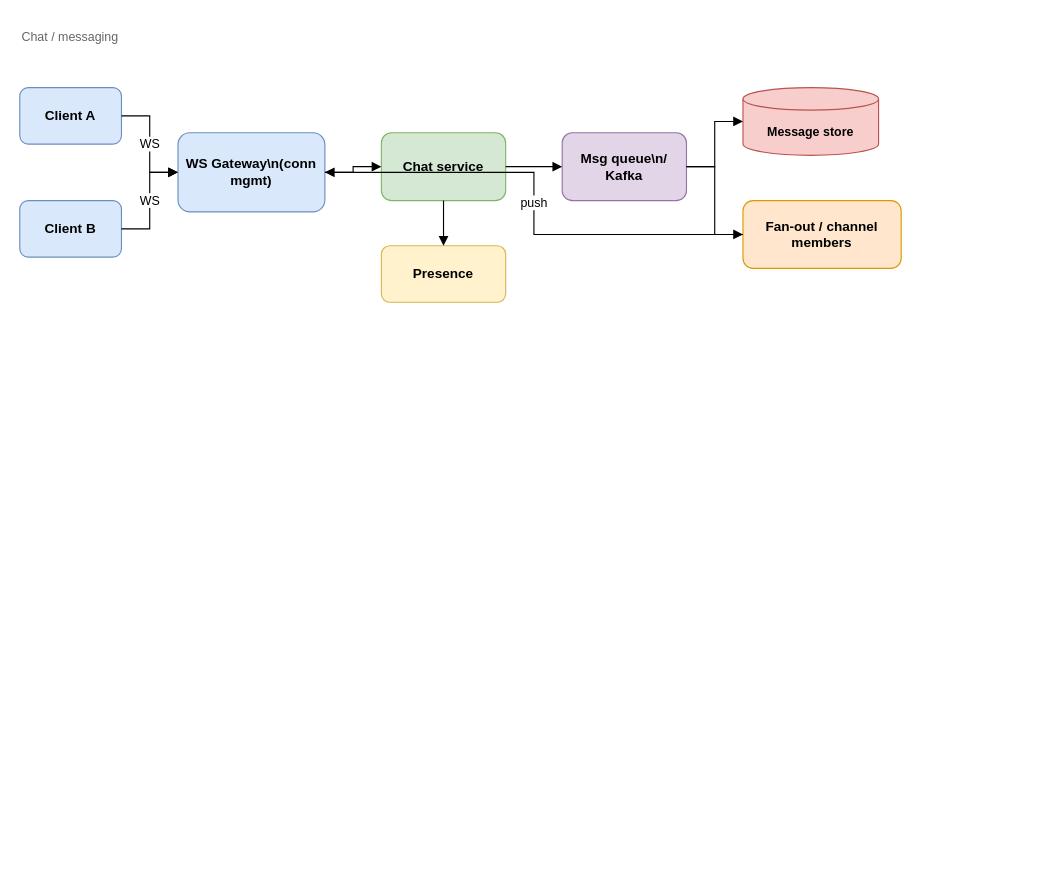
Above: diagrams/chat-messaging.drawio in yazeedsawalha/system-design (draw.io), before the change. Source tidied: cells renumbered, new cells numbered last; positions are measured from the earlier drawing's top-left corner, leaving out a move shared by most shapes. Both pictures are drawn from the tidied source at 113%, with x=0, y=0 at pixel (19, 19).
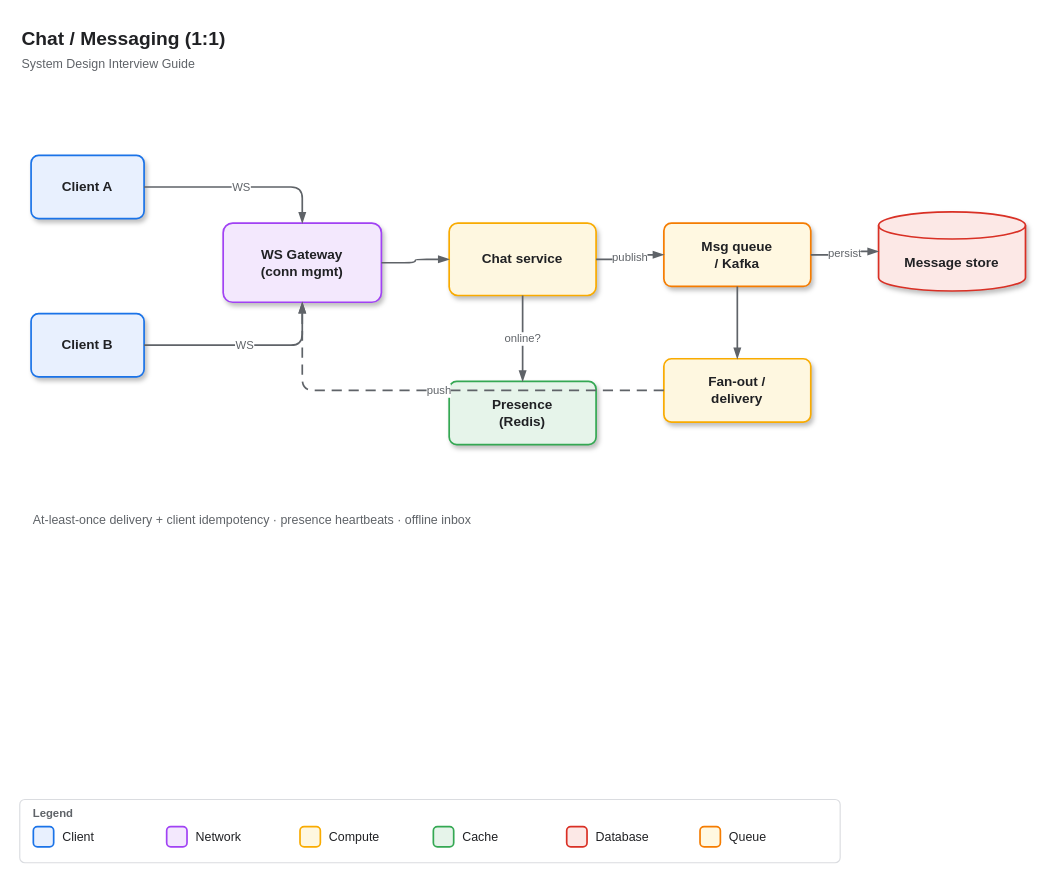
The same diagram, later.

Change to the diagram source:
```diff
@@
-<mxGraphModel>
+<mxGraphModel background="#ffffff">
@@
-    <mxCell id="2" value="Chat / messaging" style="text;html=1;strokeColor=none;fillColor=none;align=left;verticalAlign=middle;whiteSpace=wrap;rounded=0;fontSize=11;fontColor=#666666;" parent="1" vertex="1">
-      <mxGeometry width="200" height="30" as="geometry" />
-    </mxCell>
+    <mxCell id="19" value="Chat / Messaging (1:1)" style="text;html=1;strokeColor=none;fillColor=none;align=left;verticalAlign=middle;whiteSpace=wrap;rounded=0;fontSize=17;fontStyle=1;fontFamily=Helvetica;fontColor=#202124;" parent="1" vertex="1">
+      <mxGeometry y="4" width="700" height="28" as="geometry" />
+    </mxCell>
+    <mxCell id="20" value="System Design Interview Guide" style="text;html=1;strokeColor=none;fillColor=none;align=left;verticalAlign=middle;whiteSpace=wrap;rounded=0;fontSize=11;fontFamily=Helvetica;fontColor=#5F6368;" parent="1" vertex="1">
+      <mxGeometry y="30" width="280" height="18" as="geometry" />
+    </mxCell>
-    <mxCell id="3" value="Client A" style="rounded=1;whiteSpace=wrap;html=1;fillColor=#dae8fc;strokeColor=#6c8ebf;fontStyle=1;fontSize=12;" parent="1" vertex="1">
-      <mxGeometry y="60" width="90" height="50" as="geometry" />
+    <mxCell id="3" value="Client A" style="rounded=1;whiteSpace=wrap;html=1;arcSize=12;fillColor=#E8F0FE;strokeColor=#1A73E8;strokeWidth=1.5;fontStyle=1;fontSize=12;fontFamily=Helvetica;fontColor=#202124;shadow=1;" parent="1" vertex="1">
+      <mxGeometry x="10" y="120" width="100" height="56" as="geometry" />
     </mxCell>
-    <mxCell id="4" value="Client B" style="rounded=1;whiteSpace=wrap;html=1;fillColor=#dae8fc;strokeColor=#6c8ebf;fontStyle=1;fontSize=12;" parent="1" vertex="1">
-      <mxGeometry y="160" width="90" height="50" as="geometry" />
+    <mxCell id="4" value="Client B" style="rounded=1;whiteSpace=wrap;html=1;arcSize=12;fillColor=#E8F0FE;strokeColor=#1A73E8;strokeWidth=1.5;fontStyle=1;fontSize=12;fontFamily=Helvetica;fontColor=#202124;shadow=1;" parent="1" vertex="1">
+      <mxGeometry x="10" y="260" width="100" height="56" as="geometry" />
     </mxCell>
-    <mxCell id="5" value="WS Gateway\n(conn mgmt)" style="rounded=1;whiteSpace=wrap;html=1;fillColor=#dae8fc;strokeColor=#6c8ebf;fontStyle=1;fontSize=12;" parent="1" vertex="1">
-      <mxGeometry x="140" y="100" width="130" height="70" as="geometry" />
-    </mxCell>
+    <mxCell id="21" value="WS Gateway&#10;(conn mgmt)" style="rounded=1;whiteSpace=wrap;html=1;arcSize=12;fillColor=#F3E8FD;strokeColor=#A142F4;strokeWidth=1.5;fontStyle=1;fontSize=12;fontFamily=Helvetica;fontColor=#202124;shadow=1;" parent="1" vertex="1">
+      <mxGeometry x="180" y="180" width="140" height="70" as="geometry" />
+    </mxCell>
-    <mxCell id="6" value="Chat service" style="rounded=1;whiteSpace=wrap;html=1;fillColor=#d5e8d4;strokeColor=#82b366;fontStyle=1;fontSize=12;" parent="1" vertex="1">
-      <mxGeometry x="320" y="100" width="110" height="60" as="geometry" />
+    <mxCell id="6" value="Chat service" style="rounded=1;whiteSpace=wrap;html=1;arcSize=12;fillColor=#FEF7E0;strokeColor=#F9AB00;strokeWidth=1.5;fontStyle=1;fontSize=12;fontFamily=Helvetica;fontColor=#202124;shadow=1;" parent="1" vertex="1">
+      <mxGeometry x="380" y="180" width="130" height="64" as="geometry" />
     </mxCell>
-    <mxCell id="7" value="Presence" style="rounded=1;whiteSpace=wrap;html=1;fillColor=#fff2cc;strokeColor=#d6b656;fontStyle=1;fontSize=12;" parent="1" vertex="1">
-      <mxGeometry x="320" y="200" width="110" height="50" as="geometry" />
-    </mxCell>
-    <mxCell id="8" value="Msg queue\n/ Kafka" style="rounded=1;whiteSpace=wrap;html=1;fillColor=#e1d5e7;strokeColor=#9673a6;fontStyle=1;fontSize=12;" parent="1" vertex="1">
-      <mxGeometry x="480" y="100" width="110" height="60" as="geometry" />
-    </mxCell>
+    <mxCell id="22" value="Presence&#10;(Redis)" style="rounded=1;whiteSpace=wrap;html=1;arcSize=12;fillColor=#E6F4EA;strokeColor=#34A853;strokeWidth=1.5;fontStyle=1;fontSize=12;fontFamily=Helvetica;fontColor=#202124;shadow=1;" parent="1" vertex="1">
+      <mxGeometry x="380" y="320" width="130" height="56" as="geometry" />
+    </mxCell>
+    <mxCell id="23" value="Msg queue&#10;/ Kafka" style="rounded=1;whiteSpace=wrap;html=1;arcSize=12;fillColor=#FFF8E1;strokeColor=#F57C00;strokeWidth=1.5;fontStyle=1;fontSize=12;fontFamily=Helvetica;fontColor=#202124;shadow=1;" parent="1" vertex="1">
+      <mxGeometry x="570" y="180" width="130" height="56" as="geometry" />
+    </mxCell>
-    <mxCell id="9" value="Message store" style="shape=cylinder3;whiteSpace=wrap;html=1;boundedLbl=1;backgroundOutline=1;size=10;fillColor=#f8cecc;strokeColor=#b85450;fontStyle=1;fontSize=11;" parent="1" vertex="1">
-      <mxGeometry x="640" y="60" width="120" height="60" as="geometry" />
+    <mxCell id="9" value="Message store" style="shape=cylinder3;whiteSpace=wrap;html=1;boundedLbl=1;backgroundOutline=1;size=12;fillColor=#FCE8E6;strokeColor=#D93025;strokeWidth=1.5;fontStyle=1;fontSize=12;fontFamily=Helvetica;fontColor=#202124;shadow=1;" parent="1" vertex="1">
+      <mxGeometry x="760" y="170" width="130" height="70" as="geometry" />
     </mxCell>
-    <mxCell id="10" value="Fan-out / channel members" style="rounded=1;whiteSpace=wrap;html=1;fillColor=#ffe6cc;strokeColor=#d79b00;fontStyle=1;fontSize=12;" parent="1" vertex="1">
-      <mxGeometry x="640" y="160" width="140" height="60" as="geometry" />
-    </mxCell>
-    <mxCell id="11" value="WS" style="edgeStyle=orthogonalEdgeStyle;rounded=0;jettySize=auto;html=1;endArrow=block;endFill=1;" parent="1" edge="1" source="3" target="5">
-      <mxGeometry relative="1" as="geometry" />
-    </mxCell>
-    <mxCell id="12" value="WS" style="edgeStyle=orthogonalEdgeStyle;rounded=0;jettySize=auto;html=1;endArrow=block;endFill=1;" parent="1" edge="1" source="4" target="5">
-      <mxGeometry relative="1" as="geometry" />
-    </mxCell>
-    <mxCell id="13" style="edgeStyle=orthogonalEdgeStyle;rounded=0;jettySize=auto;html=1;endArrow=block;endFill=1;" parent="1" edge="1" source="5" target="6">
-      <mxGeometry relative="1" as="geometry" />
-    </mxCell>
-    <mxCell id="14" style="edgeStyle=orthogonalEdgeStyle;rounded=0;jettySize=auto;html=1;endArrow=block;endFill=1;" parent="1" edge="1" source="6" target="8">
-      <mxGeometry relative="1" as="geometry" />
-    </mxCell>
-    <mxCell id="15" style="edgeStyle=orthogonalEdgeStyle;rounded=0;jettySize=auto;html=1;endArrow=block;endFill=1;" parent="1" edge="1" source="8" target="9">
-      <mxGeometry relative="1" as="geometry" />
-    </mxCell>
-    <mxCell id="16" style="edgeStyle=orthogonalEdgeStyle;rounded=0;jettySize=auto;html=1;endArrow=block;endFill=1;" parent="1" edge="1" source="8" target="10">
-      <mxGeometry relative="1" as="geometry" />
-    </mxCell>
+    <mxCell id="24" value="Fan-out /&#10;delivery" style="rounded=1;whiteSpace=wrap;html=1;arcSize=12;fillColor=#FEF7E0;strokeColor=#F9AB00;strokeWidth=1.5;fontStyle=1;fontSize=12;fontFamily=Helvetica;fontColor=#202124;shadow=1;" parent="1" vertex="1">
+      <mxGeometry x="570" y="300" width="130" height="56" as="geometry" />
+    </mxCell>
+    <mxCell id="25" value="WS" style="edgeStyle=orthogonalEdgeStyle;rounded=1;jettySize=auto;html=1;endArrow=blockThin;endFill=1;strokeWidth=1.5;strokeColor=#5F6368;fontFamily=Helvetica;fontSize=10;fontColor=#5F6368;" parent="1" edge="1" source="3" target="21">
+      <mxGeometry relative="1" as="geometry" />
+    </mxCell>
+    <mxCell id="26" value="WS" style="edgeStyle=orthogonalEdgeStyle;rounded=1;jettySize=auto;html=1;endArrow=blockThin;endFill=1;strokeWidth=1.5;strokeColor=#5F6368;fontFamily=Helvetica;fontSize=10;fontColor=#5F6368;" parent="1" edge="1" source="4" target="21">
+      <mxGeometry relative="1" as="geometry" />
+    </mxCell>
+    <mxCell id="27" style="edgeStyle=orthogonalEdgeStyle;rounded=1;jettySize=auto;html=1;endArrow=blockThin;endFill=1;strokeWidth=1.5;strokeColor=#5F6368;fontFamily=Helvetica;fontSize=10;fontColor=#5F6368;" parent="1" edge="1" source="21" target="6">
+      <mxGeometry relative="1" as="geometry" />
+    </mxCell>
+    <mxCell id="28" value="online?" style="edgeStyle=orthogonalEdgeStyle;rounded=1;jettySize=auto;html=1;endArrow=blockThin;endFill=1;strokeWidth=1.5;strokeColor=#5F6368;fontFamily=Helvetica;fontSize=10;fontColor=#5F6368;" parent="1" edge="1" source="6" target="22">
+      <mxGeometry relative="1" as="geometry" />
+    </mxCell>
+    <mxCell id="29" value="publish" style="edgeStyle=orthogonalEdgeStyle;rounded=1;jettySize=auto;html=1;endArrow=blockThin;endFill=1;strokeWidth=1.5;strokeColor=#5F6368;fontFamily=Helvetica;fontSize=10;fontColor=#5F6368;" parent="1" edge="1" source="6" target="23">
+      <mxGeometry relative="1" as="geometry" />
+    </mxCell>
+    <mxCell id="30" value="persist" style="edgeStyle=orthogonalEdgeStyle;rounded=1;jettySize=auto;html=1;endArrow=blockThin;endFill=1;strokeWidth=1.5;strokeColor=#5F6368;fontFamily=Helvetica;fontSize=10;fontColor=#5F6368;" parent="1" edge="1" source="23" target="9">
+      <mxGeometry relative="1" as="geometry" />
+    </mxCell>
+    <mxCell id="31" style="edgeStyle=orthogonalEdgeStyle;rounded=1;jettySize=auto;html=1;endArrow=blockThin;endFill=1;strokeWidth=1.5;strokeColor=#5F6368;fontFamily=Helvetica;fontSize=10;fontColor=#5F6368;" parent="1" edge="1" source="23" target="24">
+      <mxGeometry relative="1" as="geometry" />
+    </mxCell>
-    <mxCell id="17" value="push" style="edgeStyle=orthogonalEdgeStyle;rounded=0;jettySize=auto;html=1;endArrow=block;endFill=1;" parent="1" edge="1" source="10" target="5">
+    <mxCell id="17" value="push" style="edgeStyle=orthogonalEdgeStyle;rounded=1;jettySize=auto;html=1;endArrow=blockThin;endFill=1;strokeWidth=1.5;strokeColor=#5F6368;fontFamily=Helvetica;fontSize=10;fontColor=#5F6368;dashed=1;dashPattern=6 4;" parent="1" edge="1" source="24" target="21">
       <mxGeometry relative="1" as="geometry" />
     </mxCell>
-    <mxCell id="18" style="edgeStyle=orthogonalEdgeStyle;rounded=0;jettySize=auto;html=1;endArrow=block;endFill=1;" parent="1" edge="1" source="6" target="7">
-      <mxGeometry relative="1" as="geometry" />
-    </mxCell>
+    <mxCell id="32" value="At-least-once delivery + client idempotency · presence heartbeats · offline inbox" style="text;html=1;strokeColor=none;fillColor=none;align=left;verticalAlign=top;whiteSpace=wrap;rounded=0;fontSize=11;fontFamily=Helvetica;fontColor=#5F6368;" parent="1" vertex="1">
+      <mxGeometry x="10" y="430" width="580" height="40" as="geometry" />
+    </mxCell>
+    <mxCell id="33" style="rounded=1;whiteSpace=wrap;html=1;arcSize=8;fillColor=#FFFFFF;strokeColor=#DADCE0;strokeWidth=1;shadow=0;" parent="1" vertex="1">
+      <mxGeometry y="690" width="726" height="56" as="geometry" />
+    </mxCell>
+    <mxCell id="34" value="Legend" style="text;html=1;strokeColor=none;fillColor=none;align=left;verticalAlign=middle;fontSize=10;fontStyle=1;fontFamily=Helvetica;fontColor=#5F6368;" parent="1" vertex="1">
+      <mxGeometry x="10" y="694" width="60" height="16" as="geometry" />
+    </mxCell>
+    <mxCell id="35" style="rounded=1;whiteSpace=wrap;html=1;arcSize=20;fillColor=#E8F0FE;strokeColor=#1A73E8;strokeWidth=1.5;" parent="1" vertex="1">
+      <mxGeometry x="12" y="714" width="18" height="18" as="geometry" />
+    </mxCell>
+    <mxCell id="36" value="Client" style="text;html=1;strokeColor=none;fillColor=none;align=left;verticalAlign=middle;fontSize=11;fontFamily=Helvetica;fontColor=#202124;" parent="1" vertex="1">
+      <mxGeometry x="36" y="712" width="90" height="22" as="geometry" />
+    </mxCell>
+    <mxCell id="37" style="rounded=1;whiteSpace=wrap;html=1;arcSize=20;fillColor=#F3E8FD;strokeColor=#A142F4;strokeWidth=1.5;" parent="1" vertex="1">
+      <mxGeometry x="130" y="714" width="18" height="18" as="geometry" />
+    </mxCell>
+    <mxCell id="38" value="Network" style="text;html=1;strokeColor=none;fillColor=none;align=left;verticalAlign=middle;fontSize=11;fontFamily=Helvetica;fontColor=#202124;" parent="1" vertex="1">
+      <mxGeometry x="154" y="712" width="90" height="22" as="geometry" />
+    </mxCell>
+    <mxCell id="39" style="rounded=1;whiteSpace=wrap;html=1;arcSize=20;fillColor=#FEF7E0;strokeColor=#F9AB00;strokeWidth=1.5;" parent="1" vertex="1">
+      <mxGeometry x="248" y="714" width="18" height="18" as="geometry" />
+    </mxCell>
+    <mxCell id="40" value="Compute" style="text;html=1;strokeColor=none;fillColor=none;align=left;verticalAlign=middle;fontSize=11;fontFamily=Helvetica;fontColor=#202124;" parent="1" vertex="1">
+      <mxGeometry x="272" y="712" width="90" height="22" as="geometry" />
+    </mxCell>
+    <mxCell id="41" style="rounded=1;whiteSpace=wrap;html=1;arcSize=20;fillColor=#E6F4EA;strokeColor=#34A853;strokeWidth=1.5;" parent="1" vertex="1">
+      <mxGeometry x="366" y="714" width="18" height="18" as="geometry" />
+    </mxCell>
+    <mxCell id="42" value="Cache" style="text;html=1;strokeColor=none;fillColor=none;align=left;verticalAlign=middle;fontSize=11;fontFamily=Helvetica;fontColor=#202124;" parent="1" vertex="1">
+      <mxGeometry x="390" y="712" width="90" height="22" as="geometry" />
+    </mxCell>
+    <mxCell id="43" style="rounded=1;whiteSpace=wrap;html=1;arcSize=20;fillColor=#FCE8E6;strokeColor=#D93025;strokeWidth=1.5;" parent="1" vertex="1">
+      <mxGeometry x="484" y="714" width="18" height="18" as="geometry" />
+    </mxCell>
+    <mxCell id="44" value="Database" style="text;html=1;strokeColor=none;fillColor=none;align=left;verticalAlign=middle;fontSize=11;fontFamily=Helvetica;fontColor=#202124;" parent="1" vertex="1">
+      <mxGeometry x="508" y="712" width="90" height="22" as="geometry" />
+    </mxCell>
+    <mxCell id="45" style="rounded=1;whiteSpace=wrap;html=1;arcSize=20;fillColor=#FFF8E1;strokeColor=#F57C00;strokeWidth=1.5;" parent="1" vertex="1">
+      <mxGeometry x="602" y="714" width="18" height="18" as="geometry" />
+    </mxCell>
+    <mxCell id="46" value="Queue" style="text;html=1;strokeColor=none;fillColor=none;align=left;verticalAlign=middle;fontSize=11;fontFamily=Helvetica;fontColor=#202124;" parent="1" vertex="1">
+      <mxGeometry x="626" y="712" width="90" height="22" as="geometry" />
+    </mxCell>
```
